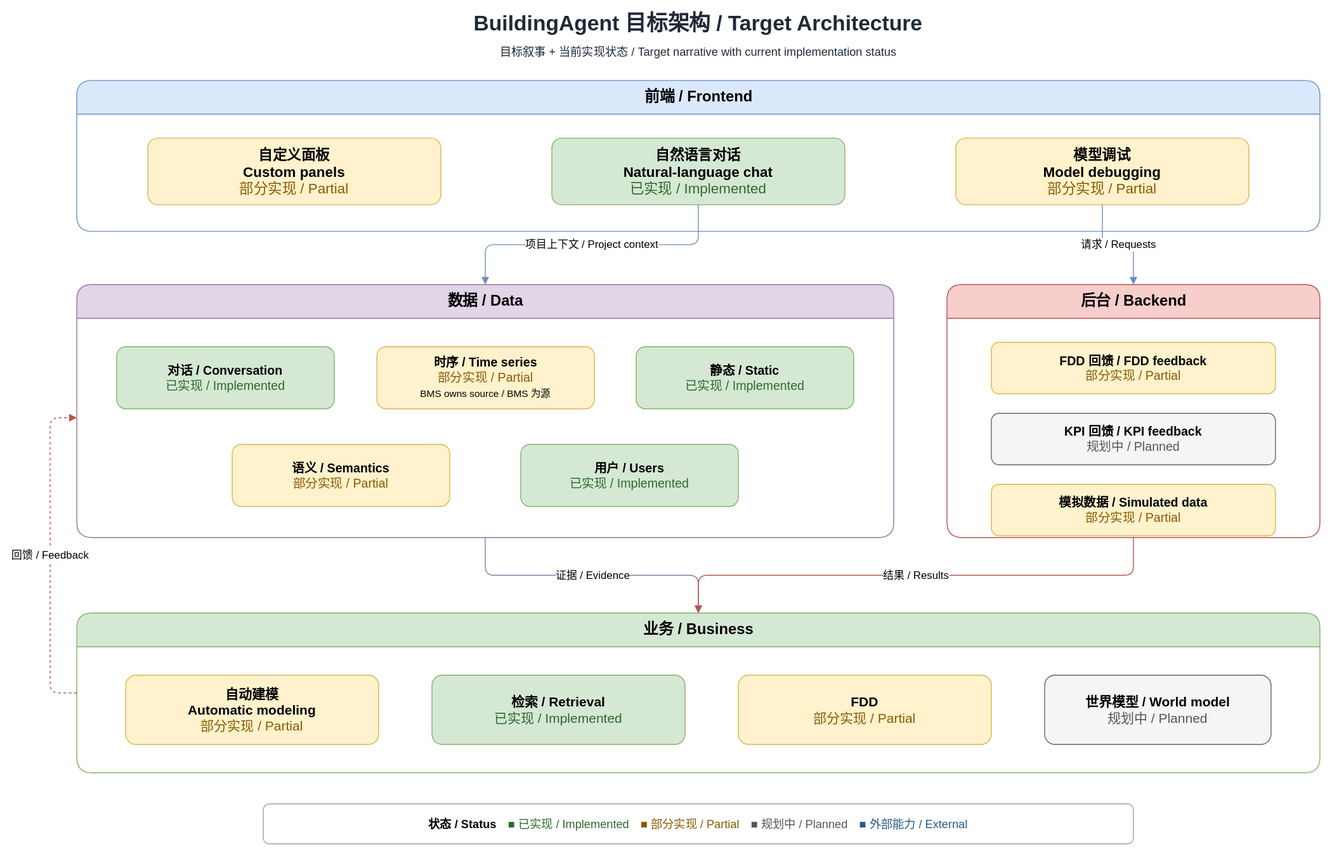
Before: docs/assets/diagrams/target-architecture.drawio.svg, a diagram exported from draw.io (LiMingchen159/BuildingAgent). Source tidied: cells renumbered, new cells last; positions are measured from the earlier drawing's top-left corner, leaving out a move shared by most shapes. The source it was exported from:
```xml
<mxGraphModel>
  <root>
    <mxCell id="0" />
    <mxCell id="1" parent="0" />
    <mxCell id="2" value="&lt;b&gt;BuildingAgent 目标架构 / Target Architecture&lt;/b&gt;&lt;br&gt;&lt;font style=&quot;font-size:13px&quot;&gt;目标叙事 + 当前实现状态 / Target narrative with current implementation status&lt;/font&gt;" style="text;html=1;align=center;verticalAlign=middle;whiteSpace=wrap;fontSize=24;fontColor=#1f2937;" parent="1" vertex="1">
      <mxGeometry x="180" width="1100" height="60" as="geometry" />
    </mxCell>
    <mxCell id="3" value="&lt;b&gt;前端 / Frontend&lt;/b&gt;" style="swimlane;html=1;rounded=1;startSize=38;horizontal=1;fillColor=#dae8fc;strokeColor=#6c8ebf;fontSize=17;fontStyle=1;" parent="1" vertex="1">
      <mxGeometry x="30" y="80" width="1400" height="170" as="geometry" />
    </mxCell>
    <mxCell id="4" value="&lt;b&gt;自定义面板&lt;br&gt;Custom panels&lt;/b&gt;&lt;br&gt;&lt;font color=&quot;#8a5a00&quot;&gt;部分实现 / Partial&lt;/font&gt;" style="rounded=1;whiteSpace=wrap;html=1;fillColor=#fff2cc;strokeColor=#d6b656;fontSize=16;" parent="1" vertex="1">
      <mxGeometry x="110" y="145" width="330" height="75" as="geometry" />
    </mxCell>
    <mxCell id="5" value="&lt;b&gt;自然语言对话&lt;br&gt;Natural-language chat&lt;/b&gt;&lt;br&gt;&lt;font color=&quot;#2d6a2d&quot;&gt;已实现 / Implemented&lt;/font&gt;" style="rounded=1;whiteSpace=wrap;html=1;fillColor=#d5e8d4;strokeColor=#82b366;fontSize=16;" parent="1" vertex="1">
      <mxGeometry x="565" y="145" width="330" height="75" as="geometry" />
    </mxCell>
    <mxCell id="6" value="&lt;b&gt;模型调试&lt;br&gt;Model debugging&lt;/b&gt;&lt;br&gt;&lt;font color=&quot;#8a5a00&quot;&gt;部分实现 / Partial&lt;/font&gt;" style="rounded=1;whiteSpace=wrap;html=1;fillColor=#fff2cc;strokeColor=#d6b656;fontSize=16;" parent="1" vertex="1">
      <mxGeometry x="1020" y="145" width="330" height="75" as="geometry" />
    </mxCell>
    <mxCell id="7" value="&lt;b&gt;数据 / Data&lt;/b&gt;" style="swimlane;html=1;rounded=1;startSize=38;horizontal=1;fillColor=#e1d5e7;strokeColor=#9673a6;fontSize=17;fontStyle=1;" parent="1" vertex="1">
      <mxGeometry x="30" y="310" width="920" height="285" as="geometry" />
    </mxCell>
    <mxCell id="8" value="&lt;b&gt;对话 / Conversation&lt;/b&gt;&lt;br&gt;&lt;font color=&quot;#2d6a2d&quot;&gt;已实现 / Implemented&lt;/font&gt;" style="rounded=1;whiteSpace=wrap;html=1;fillColor=#d5e8d4;strokeColor=#82b366;fontSize=14;" parent="1" vertex="1">
      <mxGeometry x="75" y="380" width="245" height="70" as="geometry" />
    </mxCell>
    <mxCell id="9" value="&lt;b&gt;时序 / Time series&lt;/b&gt;&lt;br&gt;&lt;font color=&quot;#8a5a00&quot;&gt;部分实现 / Partial&lt;/font&gt;&lt;br&gt;&lt;font style=&quot;font-size:11px&quot;&gt;BMS owns source / BMS 为源&lt;/font&gt;" style="rounded=1;whiteSpace=wrap;html=1;fillColor=#fff2cc;strokeColor=#d6b656;fontSize=14;" parent="1" vertex="1">
      <mxGeometry x="368" y="380" width="245" height="70" as="geometry" />
    </mxCell>
    <mxCell id="10" value="&lt;b&gt;静态 / Static&lt;/b&gt;&lt;br&gt;&lt;font color=&quot;#2d6a2d&quot;&gt;已实现 / Implemented&lt;/font&gt;" style="rounded=1;whiteSpace=wrap;html=1;fillColor=#d5e8d4;strokeColor=#82b366;fontSize=14;" parent="1" vertex="1">
      <mxGeometry x="660" y="380" width="245" height="70" as="geometry" />
    </mxCell>
    <mxCell id="11" value="&lt;b&gt;语义 / Semantics&lt;/b&gt;&lt;br&gt;&lt;font color=&quot;#8a5a00&quot;&gt;部分实现 / Partial&lt;/font&gt;" style="rounded=1;whiteSpace=wrap;html=1;fillColor=#fff2cc;strokeColor=#d6b656;fontSize=14;" parent="1" vertex="1">
      <mxGeometry x="205" y="490" width="245" height="70" as="geometry" />
    </mxCell>
    <mxCell id="12" value="&lt;b&gt;用户 / Users&lt;/b&gt;&lt;br&gt;&lt;font color=&quot;#2d6a2d&quot;&gt;已实现 / Implemented&lt;/font&gt;" style="rounded=1;whiteSpace=wrap;html=1;fillColor=#d5e8d4;strokeColor=#82b366;fontSize=14;" parent="1" vertex="1">
      <mxGeometry x="530" y="490" width="245" height="70" as="geometry" />
    </mxCell>
    <mxCell id="13" value="&lt;b&gt;后台 / Backend&lt;/b&gt;" style="swimlane;html=1;rounded=1;startSize=38;horizontal=1;fillColor=#f8cecc;strokeColor=#b85450;fontSize=17;fontStyle=1;" parent="1" vertex="1">
      <mxGeometry x="1010" y="310" width="420" height="285" as="geometry" />
    </mxCell>
    <mxCell id="14" value="&lt;b&gt;FDD 回馈 / FDD feedback&lt;/b&gt;&lt;br&gt;&lt;font color=&quot;#8a5a00&quot;&gt;部分实现 / Partial&lt;/font&gt;" style="rounded=1;whiteSpace=wrap;html=1;fillColor=#fff2cc;strokeColor=#d6b656;fontSize=14;" parent="1" vertex="1">
      <mxGeometry x="1060" y="375" width="320" height="58" as="geometry" />
    </mxCell>
    <mxCell id="15" value="&lt;b&gt;KPI 回馈 / KPI feedback&lt;/b&gt;&lt;br&gt;&lt;font color=&quot;#555555&quot;&gt;规划中 / Planned&lt;/font&gt;" style="rounded=1;whiteSpace=wrap;html=1;fillColor=#f5f5f5;strokeColor=#666666;fontSize=14;" parent="1" vertex="1">
      <mxGeometry x="1060" y="455" width="320" height="58" as="geometry" />
    </mxCell>
    <mxCell id="16" value="&lt;b&gt;模拟数据 / Simulated data&lt;/b&gt;&lt;br&gt;&lt;font color=&quot;#8a5a00&quot;&gt;部分实现 / Partial&lt;/font&gt;" style="rounded=1;whiteSpace=wrap;html=1;fillColor=#fff2cc;strokeColor=#d6b656;fontSize=14;" parent="1" vertex="1">
      <mxGeometry x="1060" y="535" width="320" height="58" as="geometry" />
    </mxCell>
    <mxCell id="17" value="&lt;b&gt;业务 / Business&lt;/b&gt;" style="swimlane;html=1;rounded=1;startSize=38;horizontal=1;fillColor=#d5e8d4;strokeColor=#82b366;fontSize=17;fontStyle=1;" parent="1" vertex="1">
      <mxGeometry x="30" y="680" width="1400" height="180" as="geometry" />
    </mxCell>
    <mxCell id="18" value="&lt;b&gt;自动建模&lt;br&gt;Automatic modeling&lt;/b&gt;&lt;br&gt;&lt;font color=&quot;#8a5a00&quot;&gt;部分实现 / Partial&lt;/font&gt;" style="rounded=1;whiteSpace=wrap;html=1;fillColor=#fff2cc;strokeColor=#d6b656;fontSize=15;" parent="1" vertex="1">
      <mxGeometry x="85" y="750" width="285" height="78" as="geometry" />
    </mxCell>
    <mxCell id="19" value="&lt;b&gt;检索 / Retrieval&lt;/b&gt;&lt;br&gt;&lt;font color=&quot;#2d6a2d&quot;&gt;已实现 / Implemented&lt;/font&gt;" style="rounded=1;whiteSpace=wrap;html=1;fillColor=#d5e8d4;strokeColor=#82b366;fontSize=15;" parent="1" vertex="1">
      <mxGeometry x="430" y="750" width="285" height="78" as="geometry" />
    </mxCell>
    <mxCell id="20" value="&lt;b&gt;FDD&lt;/b&gt;&lt;br&gt;&lt;font color=&quot;#8a5a00&quot;&gt;部分实现 / Partial&lt;/font&gt;" style="rounded=1;whiteSpace=wrap;html=1;fillColor=#fff2cc;strokeColor=#d6b656;fontSize=15;" parent="1" vertex="1">
      <mxGeometry x="775" y="750" width="285" height="78" as="geometry" />
    </mxCell>
    <mxCell id="21" value="&lt;b&gt;世界模型 / World model&lt;/b&gt;&lt;br&gt;&lt;font color=&quot;#555555&quot;&gt;规划中 / Planned&lt;/font&gt;" style="rounded=1;whiteSpace=wrap;html=1;fillColor=#f5f5f5;strokeColor=#666666;fontSize=15;" parent="1" vertex="1">
      <mxGeometry x="1120" y="750" width="255" height="78" as="geometry" />
    </mxCell>
    <mxCell id="22" value="项目上下文 / Project context" style="edgeStyle=orthogonalEdgeStyle;rounded=1;jettySize=auto;html=1;endArrow=block;strokeColor=#6c8ebf;fontSize=12;" parent="1" edge="1" source="5" target="7">
      <mxGeometry relative="1" as="geometry" />
    </mxCell>
    <mxCell id="23" value="请求 / Requests" style="edgeStyle=orthogonalEdgeStyle;rounded=1;jettySize=auto;html=1;endArrow=block;strokeColor=#6c8ebf;fontSize=12;" parent="1" edge="1" source="6" target="13">
      <mxGeometry relative="1" as="geometry" />
    </mxCell>
    <mxCell id="24" value="证据 / Evidence" style="edgeStyle=orthogonalEdgeStyle;rounded=1;jettySize=auto;html=1;endArrow=block;strokeColor=#9673a6;fontSize=12;" parent="1" edge="1" source="7" target="17">
      <mxGeometry relative="1" as="geometry" />
    </mxCell>
    <mxCell id="25" value="结果 / Results" style="edgeStyle=orthogonalEdgeStyle;rounded=1;jettySize=auto;html=1;endArrow=block;strokeColor=#b85450;fontSize=12;" parent="1" edge="1" source="13" target="17">
      <mxGeometry relative="1" as="geometry" />
    </mxCell>
    <mxCell id="26" value="回馈 / Feedback" style="edgeStyle=orthogonalEdgeStyle;rounded=1;jettySize=auto;html=1;endArrow=block;dashed=1;strokeColor=#b85450;fontSize=12;" parent="1" edge="1" source="17" target="7">
      <mxGeometry relative="1" as="geometry">
        <Array as="points">
          <mxPoint y="770" />
          <mxPoint y="460" />
        </Array>
      </mxGeometry>
    </mxCell>
    <mxCell id="27" value="&lt;b&gt;状态 / Status&lt;/b&gt;　&lt;font color=&quot;#2d6a2d&quot;&gt;■ 已实现 / Implemented&lt;/font&gt;　&lt;font color=&quot;#8a5a00&quot;&gt;■ 部分实现 / Partial&lt;/font&gt;　&lt;font color=&quot;#555555&quot;&gt;■ 规划中 / Planned&lt;/font&gt;　&lt;font color=&quot;#245b8a&quot;&gt;■ 外部能力 / External&lt;/font&gt;" style="rounded=1;whiteSpace=wrap;html=1;fillColor=#ffffff;strokeColor=#9ca3af;fontSize=13;align=center;" parent="1" vertex="1">
      <mxGeometry x="240" y="895" width="980" height="45" as="geometry" />
    </mxCell>
  </root>
</mxGraphModel>
```
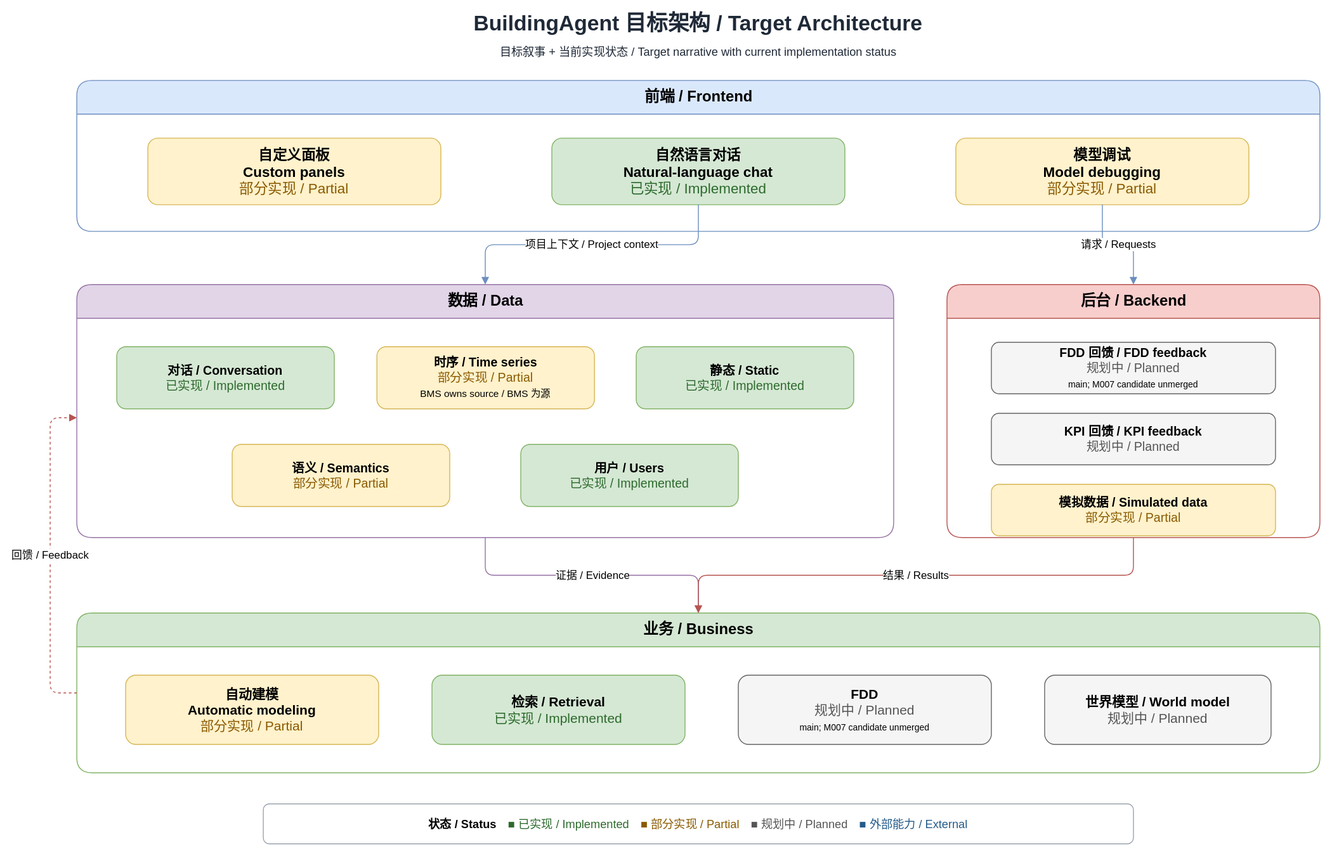
Above is the later version.

The edit, as a diff of the source:
```diff
@@ -38,7 +38,7 @@
     <mxCell id="13" value="&lt;b&gt;后台 / Backend&lt;/b&gt;" style="swimlane;html=1;rounded=1;startSize=38;horizontal=1;fillColor=#f8cecc;strokeColor=#b85450;fontSize=17;fontStyle=1;" parent="1" vertex="1">
       <mxGeometry x="1010" y="310" width="420" height="285" as="geometry" />
     </mxCell>
-    <mxCell id="14" value="&lt;b&gt;FDD 回馈 / FDD feedback&lt;/b&gt;&lt;br&gt;&lt;font color=&quot;#8a5a00&quot;&gt;部分实现 / Partial&lt;/font&gt;" style="rounded=1;whiteSpace=wrap;html=1;fillColor=#fff2cc;strokeColor=#d6b656;fontSize=14;" parent="1" vertex="1">
+    <mxCell id="14" value="&lt;b&gt;FDD 回馈 / FDD feedback&lt;/b&gt;&lt;br&gt;&lt;font color=&quot;#555555&quot;&gt;规划中 / Planned&lt;/font&gt;&lt;br&gt;&lt;font style=&quot;font-size:10px&quot;&gt;main; M007 candidate unmerged&lt;/font&gt;" style="rounded=1;whiteSpace=wrap;html=1;fillColor=#f5f5f5;strokeColor=#666666;fontSize=14;" parent="1" vertex="1">
       <mxGeometry x="1060" y="375" width="320" height="58" as="geometry" />
     </mxCell>
     <mxCell id="15" value="&lt;b&gt;KPI 回馈 / KPI feedback&lt;/b&gt;&lt;br&gt;&lt;font color=&quot;#555555&quot;&gt;规划中 / Planned&lt;/font&gt;" style="rounded=1;whiteSpace=wrap;html=1;fillColor=#f5f5f5;strokeColor=#666666;fontSize=14;" parent="1" vertex="1">
@@ -56,7 +56,7 @@
     <mxCell id="19" value="&lt;b&gt;检索 / Retrieval&lt;/b&gt;&lt;br&gt;&lt;font color=&quot;#2d6a2d&quot;&gt;已实现 / Implemented&lt;/font&gt;" style="rounded=1;whiteSpace=wrap;html=1;fillColor=#d5e8d4;strokeColor=#82b366;fontSize=15;" parent="1" vertex="1">
       <mxGeometry x="430" y="750" width="285" height="78" as="geometry" />
     </mxCell>
-    <mxCell id="20" value="&lt;b&gt;FDD&lt;/b&gt;&lt;br&gt;&lt;font color=&quot;#8a5a00&quot;&gt;部分实现 / Partial&lt;/font&gt;" style="rounded=1;whiteSpace=wrap;html=1;fillColor=#fff2cc;strokeColor=#d6b656;fontSize=15;" parent="1" vertex="1">
+    <mxCell id="20" value="&lt;b&gt;FDD&lt;/b&gt;&lt;br&gt;&lt;font color=&quot;#555555&quot;&gt;规划中 / Planned&lt;/font&gt;&lt;br&gt;&lt;font style=&quot;font-size:10px&quot;&gt;main; M007 candidate unmerged&lt;/font&gt;" style="rounded=1;whiteSpace=wrap;html=1;fillColor=#f5f5f5;strokeColor=#666666;fontSize=15;" parent="1" vertex="1">
       <mxGeometry x="775" y="750" width="285" height="78" as="geometry" />
     </mxCell>
     <mxCell id="21" value="&lt;b&gt;世界模型 / World model&lt;/b&gt;&lt;br&gt;&lt;font color=&quot;#555555&quot;&gt;规划中 / Planned&lt;/font&gt;" style="rounded=1;whiteSpace=wrap;html=1;fillColor=#f5f5f5;strokeColor=#666666;fontSize=15;" parent="1" vertex="1">
```
